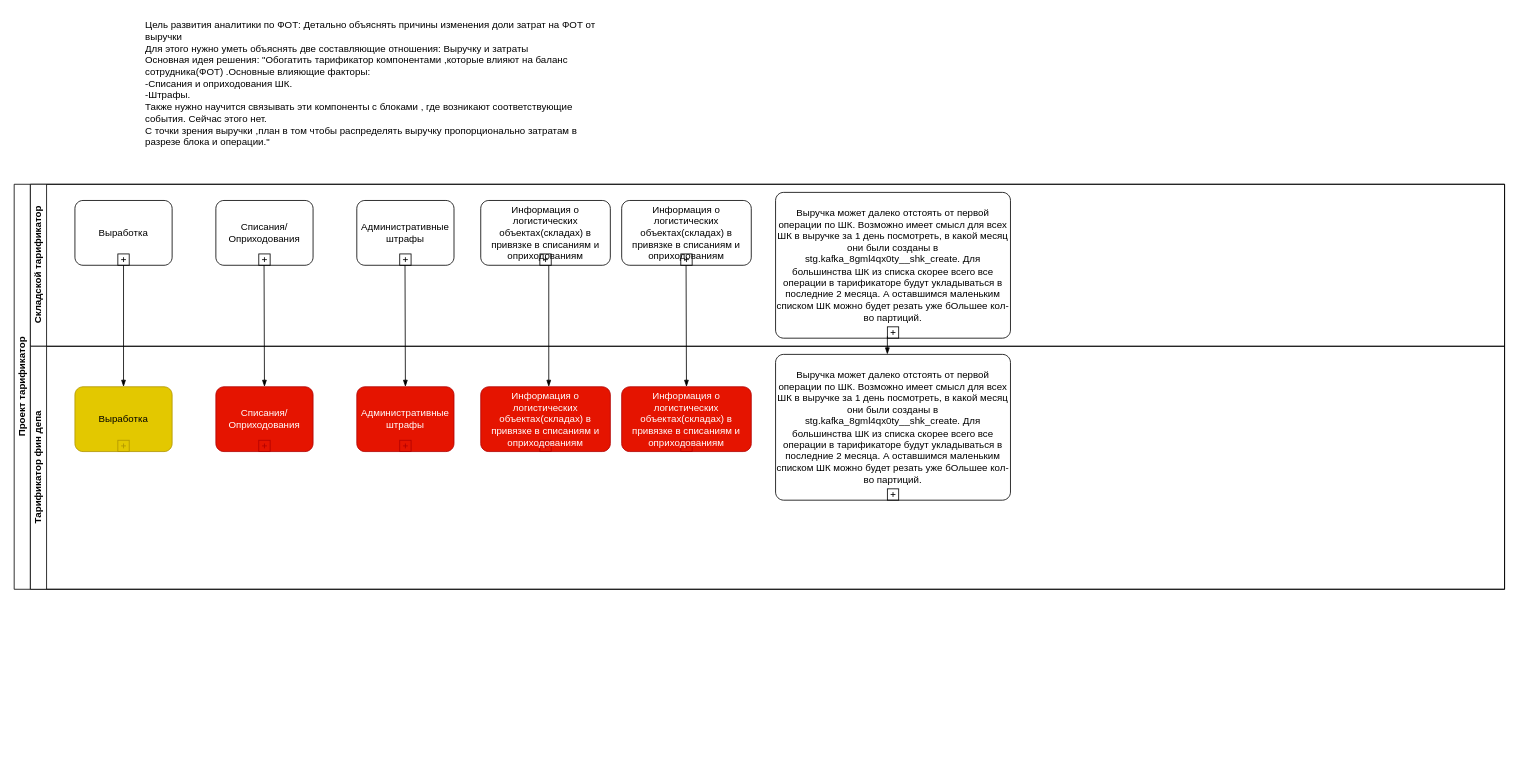
The draw.io diagram Диаграмма без названия.drawio in AntonKoltsov85/Schemes, before the edit. Source tidied: cells renumbered, new cells numbered last; positions are measured from the earlier drawing's top-left corner, leaving out a move shared by most shapes. Both pictures are drawn from the tidied source at 81%, with x=0, y=0 at pixel (14, 14).
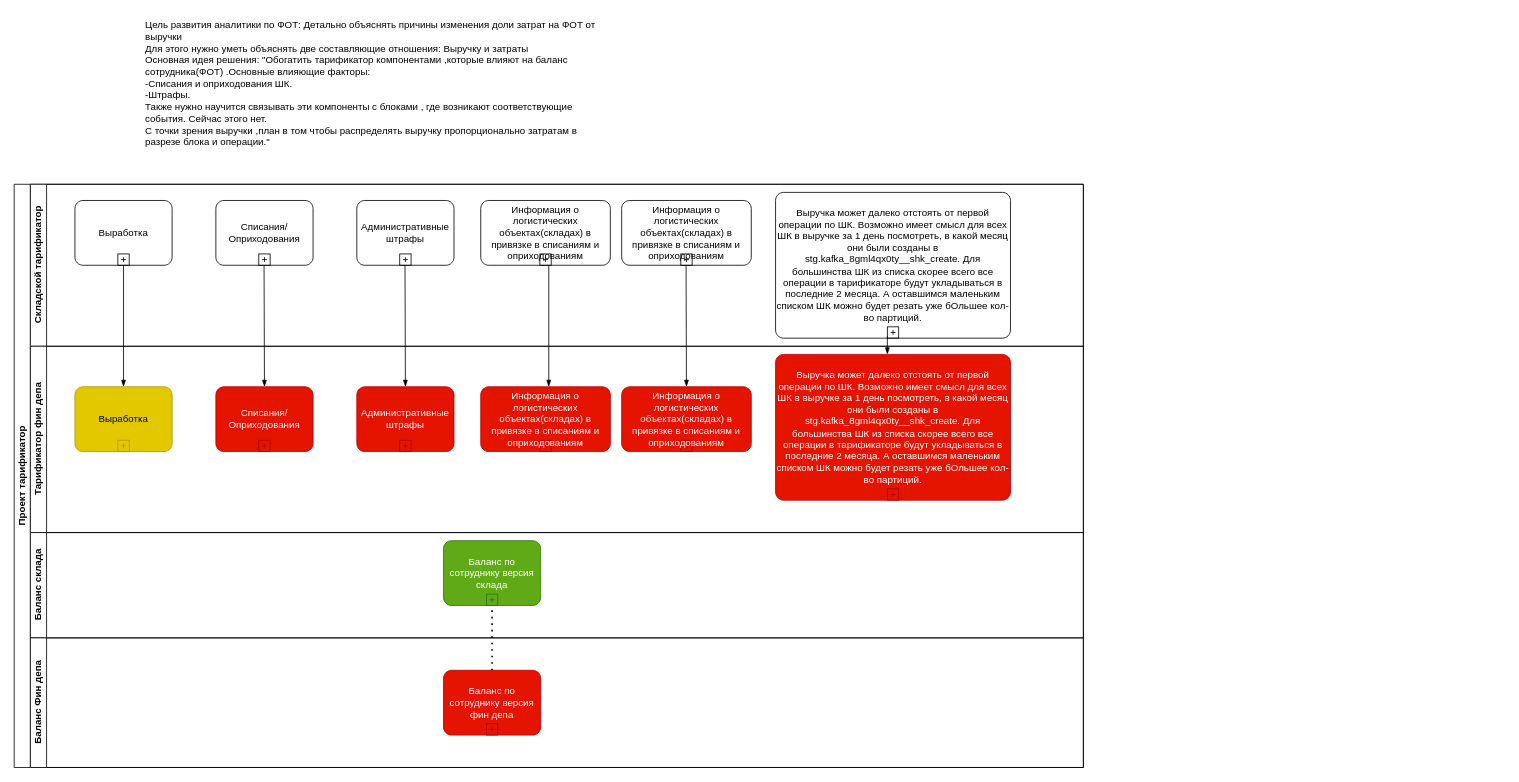
Above is the later version.

What changed in the source:
```diff
@@
     <mxCell id="2" value="Проект тарификатор" style="swimlane;html=1;horizontal=0;startSize=20;whiteSpace=wrap;" parent="1" vertex="1">
-      <mxGeometry y="210" width="1840" height="500" as="geometry" />
+      <mxGeometry y="210" width="1320" height="720" as="geometry" />
     </mxCell>
     <mxCell id="3" value="Складской тарификатор" style="swimlane;html=1;startSize=20;horizontal=0;" parent="2" vertex="1">
-      <mxGeometry x="20" width="1820" height="200" as="geometry" />
+      <mxGeometry x="20" width="1300" height="200" as="geometry" />
     </mxCell>
@@
     <mxCell id="14" value="Тарификатор фин депа" style="swimlane;html=1;startSize=20;horizontal=0;" parent="2" vertex="1">
-      <mxGeometry x="20" y="200" width="1820" height="300" as="geometry" />
+      <mxGeometry x="20" y="200" width="1300" height="230" as="geometry" />
     </mxCell>
@@
-    <mxCell id="20" value="Выручка может далеко отстоять от первой операции по ШК. Возможно имеет смысл для всех ШК в выручке за 1 день посмотреть, в какой месяц они были созданы в stg.kafka_8gml4qx0ty__shk_create. Для большинства ШК из списка скорее всего все операции в тарификаторе будут укладываться в последние 2 месяца. А оставшимся маленьким списком ШК можно будет резать уже бОльшее кол-во партиций." style="points=[[0.25,0,0],[0.5,0,0],[0.75,0,0],[1,0.25,0],[1,0.5,0],[1,0.75,0],[0.75,1,0],[0.5,1,0],[0.25,1,0],[0,0.75,0],[0,0.5,0],[0,0.25,0]];shape=mxgraph.bpmn.task;whiteSpace=wrap;rectStyle=rounded;size=10;html=1;taskMarker=abstract;isLoopSub=1;" parent="14" vertex="1">
+    <mxCell id="20" value="Выручка может далеко отстоять от первой операции по ШК. Возможно имеет смысл для всех ШК в выручке за 1 день посмотреть, в какой месяц они были созданы в stg.kafka_8gml4qx0ty__shk_create. Для большинства ШК из списка скорее всего все операции в тарификаторе будут укладываться в последние 2 месяца. А оставшимся маленьким списком ШК можно будет резать уже бОльшее кол-во партиций." style="points=[[0.25,0,0],[0.5,0,0],[0.75,0,0],[1,0.25,0],[1,0.5,0],[1,0.75,0],[0.75,1,0],[0.5,1,0],[0.25,1,0],[0,0.75,0],[0,0.5,0],[0,0.25,0]];shape=mxgraph.bpmn.task;whiteSpace=wrap;rectStyle=rounded;size=10;html=1;taskMarker=abstract;isLoopSub=1;fillColor=#e51400;fontColor=#ffffff;strokeColor=#B20000;" parent="14" vertex="1">
       <mxGeometry x="920" y="10" width="290" height="180" as="geometry" />
     </mxCell>
+    <mxCell id="24" value="Баланс склада" style="swimlane;html=1;startSize=20;horizontal=0;" parent="2" vertex="1">
+      <mxGeometry x="20" y="430" width="1300" height="130" as="geometry" />
+    </mxCell>
+    <mxCell id="25" value="Баланс по сотруднику версия склада" style="points=[[0.25,0,0],[0.5,0,0],[0.75,0,0],[1,0.25,0],[1,0.5,0],[1,0.75,0],[0.75,1,0],[0.5,1,0],[0.25,1,0],[0,0.75,0],[0,0.5,0],[0,0.25,0]];shape=mxgraph.bpmn.task;whiteSpace=wrap;rectStyle=rounded;size=10;html=1;taskMarker=abstract;isLoopSub=1;fillColor=#60a917;fontColor=#ffffff;strokeColor=#2D7600;" parent="24" vertex="1">
+      <mxGeometry x="510" y="10" width="120" height="80" as="geometry" />
+    </mxCell>
+    <mxCell id="26" value="Баланс Фин депа" style="swimlane;html=1;startSize=20;horizontal=0;" parent="2" vertex="1">
+      <mxGeometry x="20" y="560" width="1300" height="160" as="geometry" />
+    </mxCell>
+    <mxCell id="27" value="Баланс по сотруднику версия фин депа" style="points=[[0.25,0,0],[0.5,0,0],[0.75,0,0],[1,0.25,0],[1,0.5,0],[1,0.75,0],[0.75,1,0],[0.5,1,0],[0.25,1,0],[0,0.75,0],[0,0.5,0],[0,0.25,0]];shape=mxgraph.bpmn.task;whiteSpace=wrap;rectStyle=rounded;size=10;html=1;taskMarker=abstract;isLoopSub=1;fillColor=#e51400;fontColor=#ffffff;strokeColor=#B20000;" parent="26" vertex="1">
+      <mxGeometry x="510" y="40" width="120" height="80" as="geometry" />
+    </mxCell>
@@
+    <mxCell id="28" style="endArrow=none;dashed=1;html=1;dashPattern=1 3;strokeWidth=2;rounded=0;exitX=0.5;exitY=0;exitDx=0;exitDy=0;exitPerimeter=0;entryX=0.5;entryY=1;entryDx=0;entryDy=0;entryPerimeter=0;" parent="2" edge="1" source="27" target="25">
+      <mxGeometry relative="1" as="geometry" />
+    </mxCell>
```
